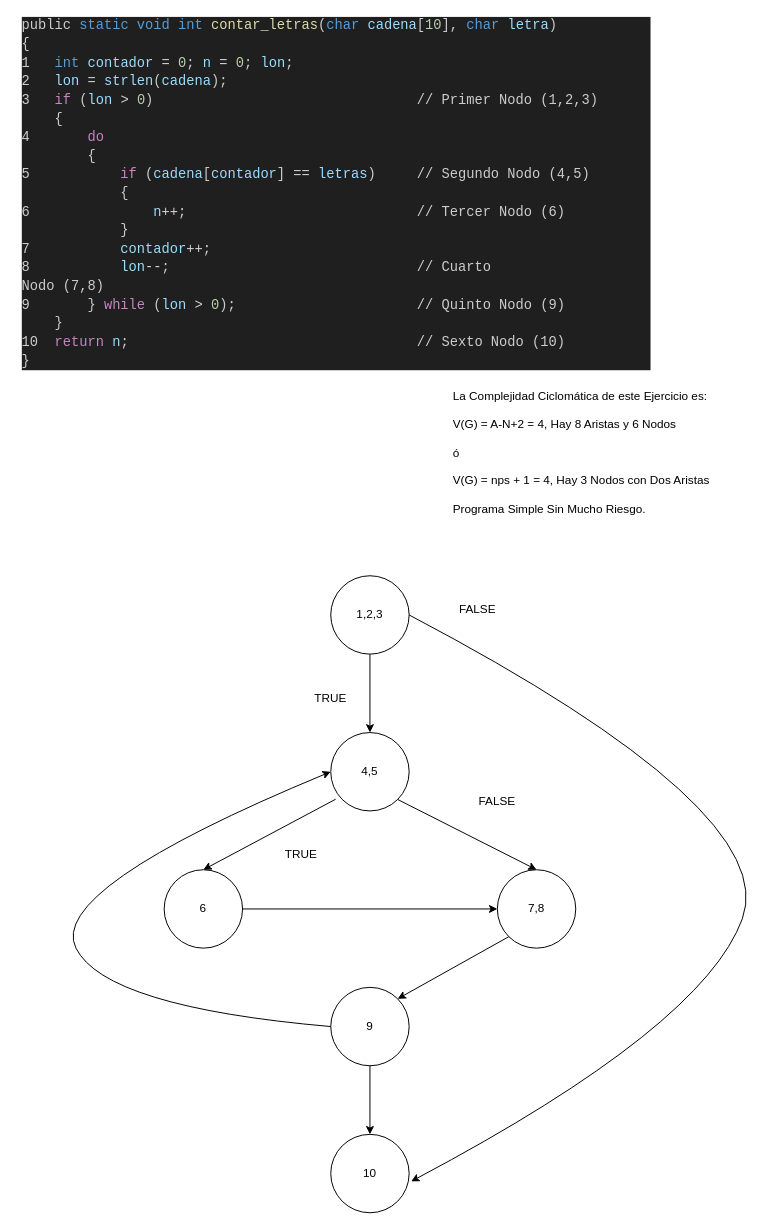
Before: Entornos de Desarrollo/Pruebas de Caja Blanca/Ejercicio-1.drawio in matelat-daw/DAW-2--Trimestre, a draw.io diagram. Source tidied: cells renumbered, new cells numbered last; positions are measured from the earlier drawing's top-left corner, leaving out a move shared by most shapes. Both pictures are drawn from the tidied source at 98%, with x=0, y=0 at pixel (17, 26).
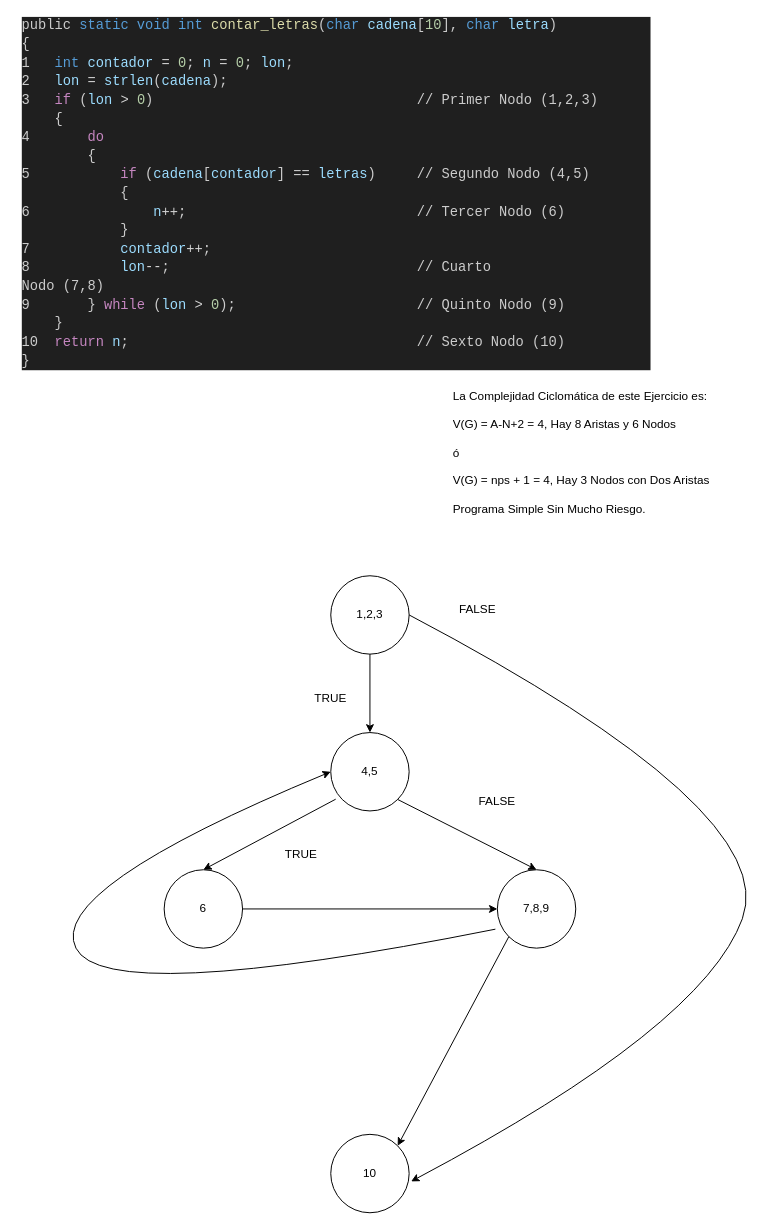
The same page after the edit.

The change refers to these unchanged cells:
```xml
<mxCell id="4" style="ellipse;whiteSpace=wrap;html=1;" parent="1" vertex="1">
  <mxGeometry x="320" y="720" width="80" height="80" as="geometry" />
</mxCell>
<mxCell id="7" style="ellipse;whiteSpace=wrap;html=1;" parent="1" vertex="1">
  <mxGeometry x="490" y="860" width="80" height="80" as="geometry" />
</mxCell>
<mxCell id="20" style="ellipse;whiteSpace=wrap;html=1;" parent="1" vertex="1">
  <mxGeometry x="320" y="1130" width="80" height="80" as="geometry" />
</mxCell>
```

Change to the diagram source:
```diff
@@
-    <mxCell id="9" value="7,8" style="text;html=1;align=center;verticalAlign=middle;whiteSpace=wrap;rounded=0;" parent="1" vertex="1">
+    <mxCell id="9" value="7,8,9" style="text;html=1;align=center;verticalAlign=middle;whiteSpace=wrap;rounded=0;" parent="1" vertex="1">
       <mxGeometry x="500" y="885" width="60" height="30" as="geometry" />
     </mxCell>
@@
-    <mxCell id="14" style="ellipse;whiteSpace=wrap;html=1;" parent="1" vertex="1">
-      <mxGeometry x="320" y="980" width="80" height="80" as="geometry" />
-    </mxCell>
-    <mxCell id="15" style="endArrow=classic;html=1;rounded=0;entryX=1;entryY=0;entryDx=0;entryDy=0;exitX=0;exitY=1;exitDx=0;exitDy=0;" parent="1" edge="1" source="7" target="14">
+    <mxCell id="15" style="endArrow=classic;html=1;rounded=0;entryX=1;entryY=0;entryDx=0;entryDy=0;exitX=0;exitY=1;exitDx=0;exitDy=0;" parent="1" edge="1" source="7" target="20">
       <mxGeometry relative="1" as="geometry" />
     </mxCell>
-    <mxCell id="16" value="9" style="text;html=1;align=center;verticalAlign=middle;whiteSpace=wrap;rounded=0;" parent="1" vertex="1">
-      <mxGeometry x="330" y="1005" width="60" height="30" as="geometry" />
-    </mxCell>
-    <mxCell id="17" style="curved=1;endArrow=classic;html=1;rounded=0;entryX=0;entryY=0.5;entryDx=0;entryDy=0;exitX=0;exitY=0.5;exitDx=0;exitDy=0;" parent="1" edge="1" source="14" target="4">
+    <mxCell id="17" style="curved=1;endArrow=classic;html=1;rounded=0;entryX=0;entryY=0.5;entryDx=0;entryDy=0;exitX=-0.025;exitY=0.758;exitDx=0;exitDy=0;exitPerimeter=0;" parent="1" edge="1" source="7" target="4">
       <mxGeometry relative="1" as="geometry">
         <Array as="points">
           <mxPoint x="90" y="1000" />
           <mxPoint x="30" y="880" />
         </Array>
       </mxGeometry>
     </mxCell>
@@
-    <mxCell id="21" style="endArrow=classic;html=1;rounded=0;entryX=0.5;entryY=0;entryDx=0;entryDy=0;exitX=0.5;exitY=1;exitDx=0;exitDy=0;" parent="1" edge="1" source="14" target="20">
-      <mxGeometry relative="1" as="geometry" />
-    </mxCell>
```
